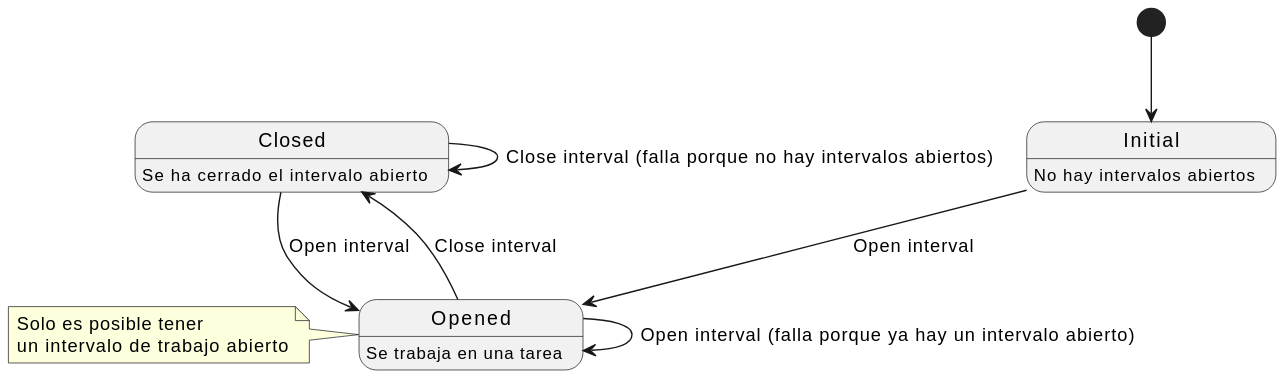
EscuelaIt/time-register keeps this PlantUML diagram as docs/interval-opened-closed-states.svg. Above is the earlier version.
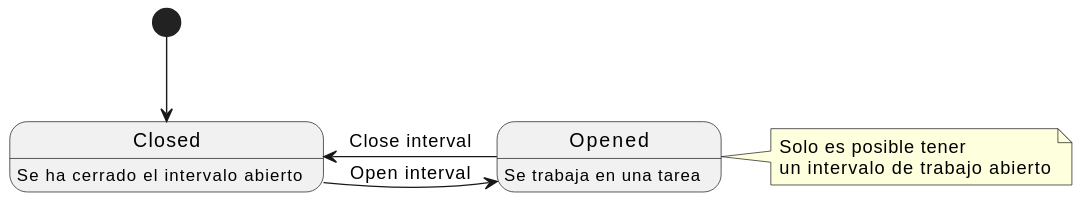
After the commit.

Commit message:
Actualizar el diagrama de estados

The edit, as a diff of the source:
```diff
@@ -1,20 +1,15 @@
 @startuml
-state Initial
-Initial : No hay intervalos abiertos
 state Opened
 Opened : Se trabaja en una tarea
 state Closed
 Closed: Se ha cerrado el intervalo abierto
 
-[*] --> Initial
-Initial --> Opened : Open interval
-Opened --> Opened : Open interval (falla porque ya hay un intervalo abierto)
-Opened --> Closed : Close interval
-Closed --> Closed : Close interval (falla porque no hay intervalos abiertos)
+[*] --> Closed
+Opened -left-> Closed : Close interval
 Closed -right-> Opened : Open interval
 
 
-note left of Opened
+note right of Opened
   Solo es posible tener
   un intervalo de trabajo abierto
 end note
```
